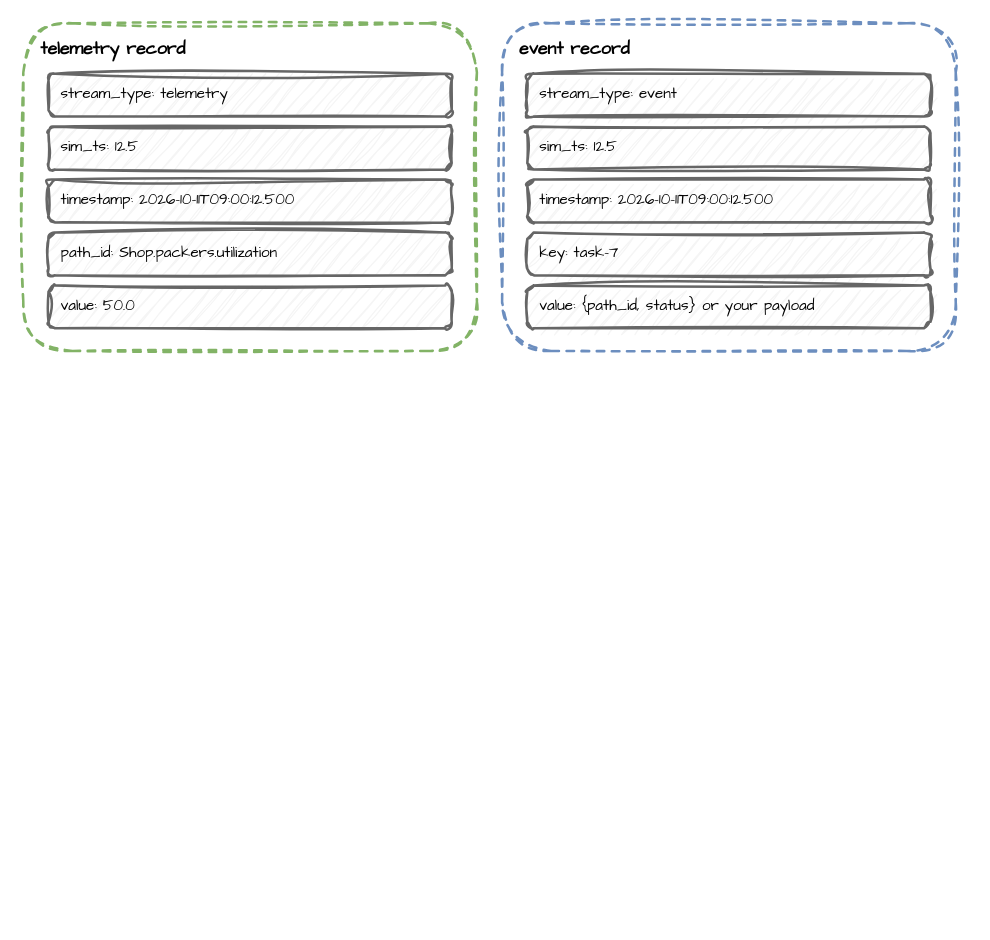
Before: docs/assets/diagrams/record-shapes.drawio in jaehyeon-kim/desflow, a draw.io diagram. Source tidied: cells renumbered, new cells numbered last; positions are measured from the earlier drawing's top-left corner, leaving out a move shared by most shapes. Both pictures are drawn from the tidied source at 126%, with x=0, y=0 at pixel (23, 23).
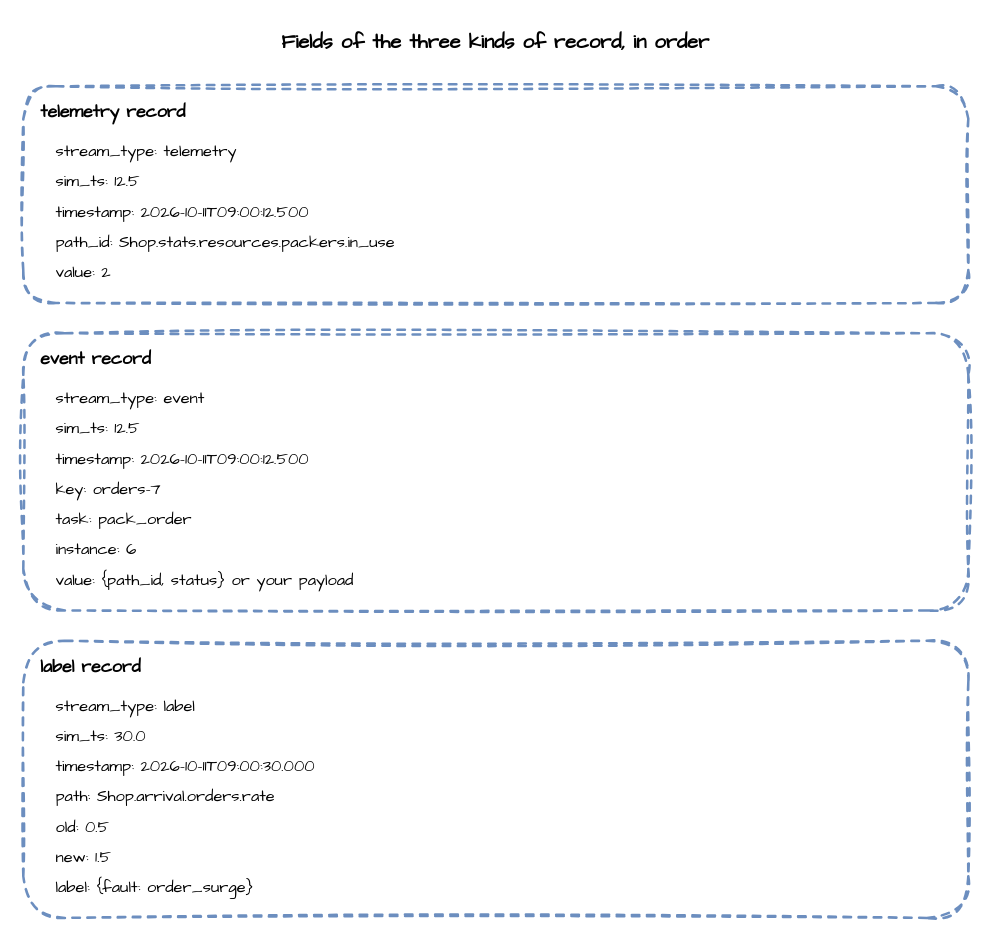
Above is the later version.

Change to the diagram source:
```diff
@@
-    <mxCell id="2" value="event record" style="rounded=1;whiteSpace=wrap;html=1;sketch=1;curveFitting=1;jiggle=2;fontFamily=Comic Sans MS;fontSize=14;fillColor=none;strokeColor=#6c8ebf;strokeWidth=2;dashed=1;verticalAlign=top;align=left;spacingLeft=12;spacingTop=6;fontStyle=1;" parent="1" vertex="1">
-      <mxGeometry x="380" width="360" height="260" as="geometry" />
-    </mxCell>
+    <mxCell id="14" value="Fields of the three kinds of record, in order" style="text;html=1;align=center;verticalAlign=middle;whiteSpace=wrap;fontFamily=Comic Sans MS;fontSize=16;fontStyle=1;" parent="1" vertex="1">
+      <mxGeometry width="750" height="30" as="geometry" />
+    </mxCell>
-    <mxCell id="3" value="telemetry record" style="rounded=1;whiteSpace=wrap;html=1;sketch=1;curveFitting=1;jiggle=2;fontFamily=Comic Sans MS;fontSize=14;fillColor=none;strokeColor=#82b366;strokeWidth=2;dashed=1;verticalAlign=top;align=left;spacingLeft=12;spacingTop=6;fontStyle=1;" parent="1" vertex="1">
-      <mxGeometry width="360" height="260" as="geometry" />
+    <mxCell id="3" value="telemetry record" style="rounded=1;whiteSpace=wrap;html=1;sketch=1;curveFitting=1;jiggle=2;fontFamily=Comic Sans MS;fontSize=14;fillColor=none;strokeColor=#6c8ebf;strokeWidth=2;dashed=1;verticalAlign=top;align=left;spacingLeft=12;spacingTop=6;fontStyle=1;" parent="1" vertex="1">
+      <mxGeometry y="50" width="750" height="172" as="geometry" />
     </mxCell>
-    <mxCell id="4" value="stream_type: telemetry" style="rounded=1;whiteSpace=wrap;html=1;sketch=1;curveFitting=1;jiggle=2;fontFamily=Comic Sans MS;fontSize=14;fillColor=#f5f5f5;strokeColor=#666666;strokeWidth=2;align=left;spacingLeft=8;fontSize=12;" parent="1" vertex="1">
-      <mxGeometry x="20" y="40" width="320" height="34" as="geometry" />
+    <mxCell id="4" value="stream_type: telemetry" style="text;html=1;align=left;verticalAlign=middle;whiteSpace=wrap;fontFamily=Comic Sans MS;fontSize=13;" parent="1" vertex="1">
+      <mxGeometry x="24" y="90" width="700" height="24" as="geometry" />
     </mxCell>
-    <mxCell id="5" value="sim_ts: 12.5" style="rounded=1;whiteSpace=wrap;html=1;sketch=1;curveFitting=1;jiggle=2;fontFamily=Comic Sans MS;fontSize=14;fillColor=#f5f5f5;strokeColor=#666666;strokeWidth=2;align=left;spacingLeft=8;fontSize=12;" parent="1" vertex="1">
-      <mxGeometry x="20" y="82" width="320" height="34" as="geometry" />
-    </mxCell>
-    <mxCell id="6" value="timestamp: 2026-10-11T09:00:12.500" style="rounded=1;whiteSpace=wrap;html=1;sketch=1;curveFitting=1;jiggle=2;fontFamily=Comic Sans MS;fontSize=14;fillColor=#f5f5f5;strokeColor=#666666;strokeWidth=2;align=left;spacingLeft=8;fontSize=12;" parent="1" vertex="1">
-      <mxGeometry x="20" y="124" width="320" height="34" as="geometry" />
-    </mxCell>
-    <mxCell id="7" value="path_id: Shop.packers.utilization" style="rounded=1;whiteSpace=wrap;html=1;sketch=1;curveFitting=1;jiggle=2;fontFamily=Comic Sans MS;fontSize=14;fillColor=#f5f5f5;strokeColor=#666666;strokeWidth=2;align=left;spacingLeft=8;fontSize=12;" parent="1" vertex="1">
-      <mxGeometry x="20" y="166" width="320" height="34" as="geometry" />
-    </mxCell>
-    <mxCell id="8" value="value: 50.0" style="rounded=1;whiteSpace=wrap;html=1;sketch=1;curveFitting=1;jiggle=2;fontFamily=Comic Sans MS;fontSize=14;fillColor=#f5f5f5;strokeColor=#666666;strokeWidth=2;align=left;spacingLeft=8;fontSize=12;" parent="1" vertex="1">
-      <mxGeometry x="20" y="208" width="320" height="34" as="geometry" />
-    </mxCell>
+    <mxCell id="15" value="sim_ts: 12.5" style="text;html=1;align=left;verticalAlign=middle;whiteSpace=wrap;fontFamily=Comic Sans MS;fontSize=13;" parent="1" vertex="1">
+      <mxGeometry x="24" y="114" width="700" height="24" as="geometry" />
+    </mxCell>
+    <mxCell id="16" value="timestamp: 2026-10-11T09:00:12.500" style="text;html=1;align=left;verticalAlign=middle;whiteSpace=wrap;fontFamily=Comic Sans MS;fontSize=13;" parent="1" vertex="1">
+      <mxGeometry x="24" y="138" width="700" height="24" as="geometry" />
+    </mxCell>
+    <mxCell id="17" value="path_id: Shop.stats.resources.packers.in_use" style="text;html=1;align=left;verticalAlign=middle;whiteSpace=wrap;fontFamily=Comic Sans MS;fontSize=13;" parent="1" vertex="1">
+      <mxGeometry x="24" y="162" width="700" height="24" as="geometry" />
+    </mxCell>
+    <mxCell id="18" value="value: 2" style="text;html=1;align=left;verticalAlign=middle;whiteSpace=wrap;fontFamily=Comic Sans MS;fontSize=13;" parent="1" vertex="1">
+      <mxGeometry x="24" y="186" width="700" height="24" as="geometry" />
+    </mxCell>
+    <mxCell id="2" value="event record" style="rounded=1;whiteSpace=wrap;html=1;sketch=1;curveFitting=1;jiggle=2;fontFamily=Comic Sans MS;fontSize=14;fillColor=none;strokeColor=#6c8ebf;strokeWidth=2;dashed=1;verticalAlign=top;align=left;spacingLeft=12;spacingTop=6;fontStyle=1;" parent="1" vertex="1">
+      <mxGeometry y="246" width="750" height="220" as="geometry" />
+    </mxCell>
-    <mxCell id="9" value="stream_type: event" style="rounded=1;whiteSpace=wrap;html=1;sketch=1;curveFitting=1;jiggle=2;fontFamily=Comic Sans MS;fontSize=14;fillColor=#f5f5f5;strokeColor=#666666;strokeWidth=2;align=left;spacingLeft=8;fontSize=12;" parent="1" vertex="1">
-      <mxGeometry x="400" y="40" width="320" height="34" as="geometry" />
+    <mxCell id="9" value="stream_type: event" style="text;html=1;align=left;verticalAlign=middle;whiteSpace=wrap;fontFamily=Comic Sans MS;fontSize=13;" parent="1" vertex="1">
+      <mxGeometry x="24" y="286" width="700" height="24" as="geometry" />
     </mxCell>
-    <mxCell id="10" value="sim_ts: 12.5" style="rounded=1;whiteSpace=wrap;html=1;sketch=1;curveFitting=1;jiggle=2;fontFamily=Comic Sans MS;fontSize=14;fillColor=#f5f5f5;strokeColor=#666666;strokeWidth=2;align=left;spacingLeft=8;fontSize=12;" parent="1" vertex="1">
-      <mxGeometry x="400" y="82" width="320" height="34" as="geometry" />
-    </mxCell>
-    <mxCell id="11" value="timestamp: 2026-10-11T09:00:12.500" style="rounded=1;whiteSpace=wrap;html=1;sketch=1;curveFitting=1;jiggle=2;fontFamily=Comic Sans MS;fontSize=14;fillColor=#f5f5f5;strokeColor=#666666;strokeWidth=2;align=left;spacingLeft=8;fontSize=12;" parent="1" vertex="1">
-      <mxGeometry x="400" y="124" width="320" height="34" as="geometry" />
-    </mxCell>
-    <mxCell id="12" value="key: task-7" style="rounded=1;whiteSpace=wrap;html=1;sketch=1;curveFitting=1;jiggle=2;fontFamily=Comic Sans MS;fontSize=14;fillColor=#f5f5f5;strokeColor=#666666;strokeWidth=2;align=left;spacingLeft=8;fontSize=12;" parent="1" vertex="1">
-      <mxGeometry x="400" y="166" width="320" height="34" as="geometry" />
-    </mxCell>
+    <mxCell id="19" value="sim_ts: 12.5" style="text;html=1;align=left;verticalAlign=middle;whiteSpace=wrap;fontFamily=Comic Sans MS;fontSize=13;" parent="1" vertex="1">
+      <mxGeometry x="24" y="310" width="700" height="24" as="geometry" />
+    </mxCell>
+    <mxCell id="20" value="timestamp: 2026-10-11T09:00:12.500" style="text;html=1;align=left;verticalAlign=middle;whiteSpace=wrap;fontFamily=Comic Sans MS;fontSize=13;" parent="1" vertex="1">
+      <mxGeometry x="24" y="334" width="700" height="24" as="geometry" />
+    </mxCell>
+    <mxCell id="21" value="key: orders-7" style="text;html=1;align=left;verticalAlign=middle;whiteSpace=wrap;fontFamily=Comic Sans MS;fontSize=13;" parent="1" vertex="1">
+      <mxGeometry x="24" y="358" width="700" height="24" as="geometry" />
+    </mxCell>
+    <mxCell id="22" value="task: pack_order" style="text;html=1;align=left;verticalAlign=middle;whiteSpace=wrap;fontFamily=Comic Sans MS;fontSize=13;" parent="1" vertex="1">
+      <mxGeometry x="24" y="382" width="700" height="24" as="geometry" />
+    </mxCell>
+    <mxCell id="23" value="instance: 6" style="text;html=1;align=left;verticalAlign=middle;whiteSpace=wrap;fontFamily=Comic Sans MS;fontSize=13;" parent="1" vertex="1">
+      <mxGeometry x="24" y="406" width="700" height="24" as="geometry" />
+    </mxCell>
-    <mxCell id="13" value="value: {path_id, status} or your payload" style="rounded=1;whiteSpace=wrap;html=1;sketch=1;curveFitting=1;jiggle=2;fontFamily=Comic Sans MS;fontSize=14;fillColor=#f5f5f5;strokeColor=#666666;strokeWidth=2;align=left;spacingLeft=8;fontSize=12;" parent="1" vertex="1">
-      <mxGeometry x="400" y="208" width="320" height="34" as="geometry" />
+    <mxCell id="13" value="value: {path_id, status} or your payload" style="text;html=1;align=left;verticalAlign=middle;whiteSpace=wrap;fontFamily=Comic Sans MS;fontSize=13;" parent="1" vertex="1">
+      <mxGeometry x="24" y="430" width="700" height="24" as="geometry" />
     </mxCell>
+    <mxCell id="24" value="label record" style="rounded=1;whiteSpace=wrap;html=1;sketch=1;curveFitting=1;jiggle=2;fontFamily=Comic Sans MS;fontSize=14;fillColor=none;strokeColor=#6c8ebf;strokeWidth=2;dashed=1;verticalAlign=top;align=left;spacingLeft=12;spacingTop=6;fontStyle=1;" parent="1" vertex="1">
+      <mxGeometry y="490" width="750" height="220" as="geometry" />
+    </mxCell>
+    <mxCell id="25" value="stream_type: label" style="text;html=1;align=left;verticalAlign=middle;whiteSpace=wrap;fontFamily=Comic Sans MS;fontSize=13;" parent="1" vertex="1">
+      <mxGeometry x="24" y="530" width="700" height="24" as="geometry" />
+    </mxCell>
+    <mxCell id="26" value="sim_ts: 30.0" style="text;html=1;align=left;verticalAlign=middle;whiteSpace=wrap;fontFamily=Comic Sans MS;fontSize=13;" parent="1" vertex="1">
+      <mxGeometry x="24" y="554" width="700" height="24" as="geometry" />
+    </mxCell>
+    <mxCell id="27" value="timestamp: 2026-10-11T09:00:30.000" style="text;html=1;align=left;verticalAlign=middle;whiteSpace=wrap;fontFamily=Comic Sans MS;fontSize=13;" parent="1" vertex="1">
+      <mxGeometry x="24" y="578" width="700" height="24" as="geometry" />
+    </mxCell>
+    <mxCell id="28" value="path: Shop.arrival.orders.rate" style="text;html=1;align=left;verticalAlign=middle;whiteSpace=wrap;fontFamily=Comic Sans MS;fontSize=13;" parent="1" vertex="1">
+      <mxGeometry x="24" y="602" width="700" height="24" as="geometry" />
+    </mxCell>
+    <mxCell id="29" value="old: 0.5" style="text;html=1;align=left;verticalAlign=middle;whiteSpace=wrap;fontFamily=Comic Sans MS;fontSize=13;" parent="1" vertex="1">
+      <mxGeometry x="24" y="626" width="700" height="24" as="geometry" />
+    </mxCell>
+    <mxCell id="30" value="new: 1.5" style="text;html=1;align=left;verticalAlign=middle;whiteSpace=wrap;fontFamily=Comic Sans MS;fontSize=13;" parent="1" vertex="1">
+      <mxGeometry x="24" y="650" width="700" height="24" as="geometry" />
+    </mxCell>
+    <mxCell id="31" value="label: {fault: order_surge}" style="text;html=1;align=left;verticalAlign=middle;whiteSpace=wrap;fontFamily=Comic Sans MS;fontSize=13;" parent="1" vertex="1">
+      <mxGeometry x="24" y="674" width="700" height="24" as="geometry" />
+    </mxCell>
```
